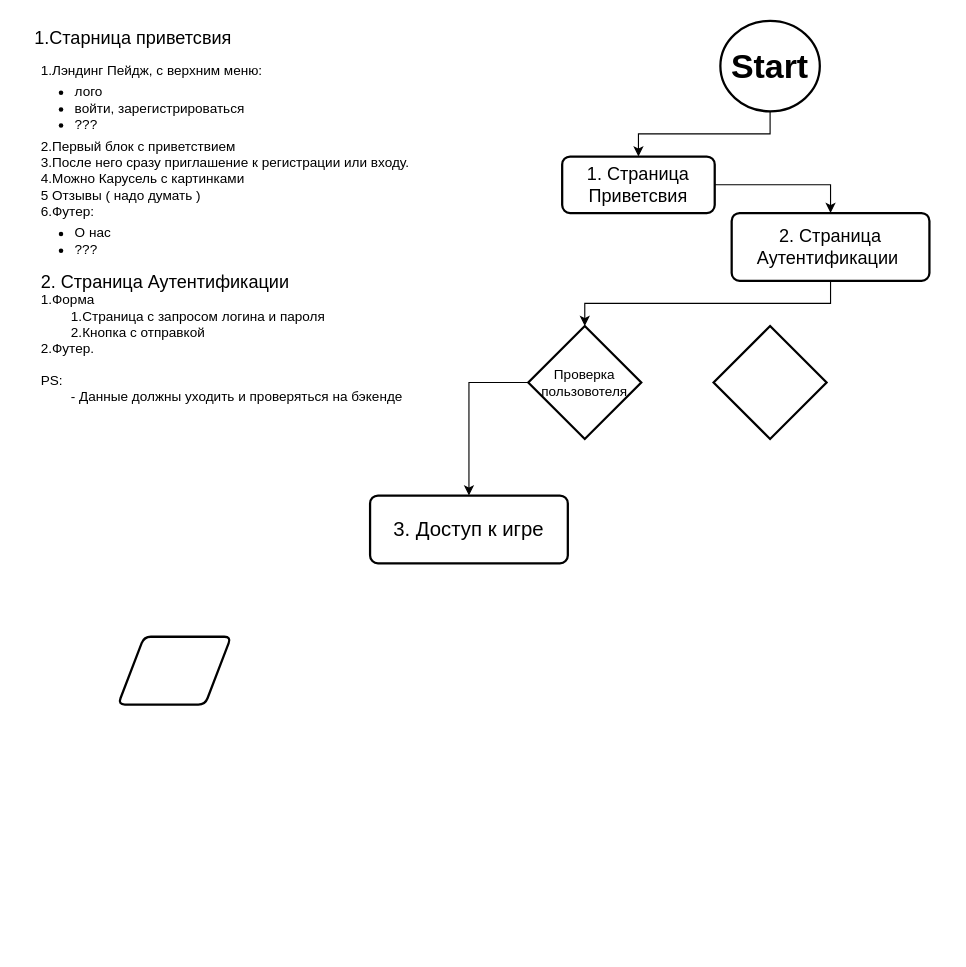
Before: lila_game.drawio in tocheniy/llg_diogram, a draw.io diagram. Source tidied: cells renumbered, new cells numbered last; positions are measured from the earlier drawing's top-left corner, leaving out a move shared by most shapes. Both pictures are drawn from the tidied source at 113%, with x=0, y=0 at pixel (19, 20).
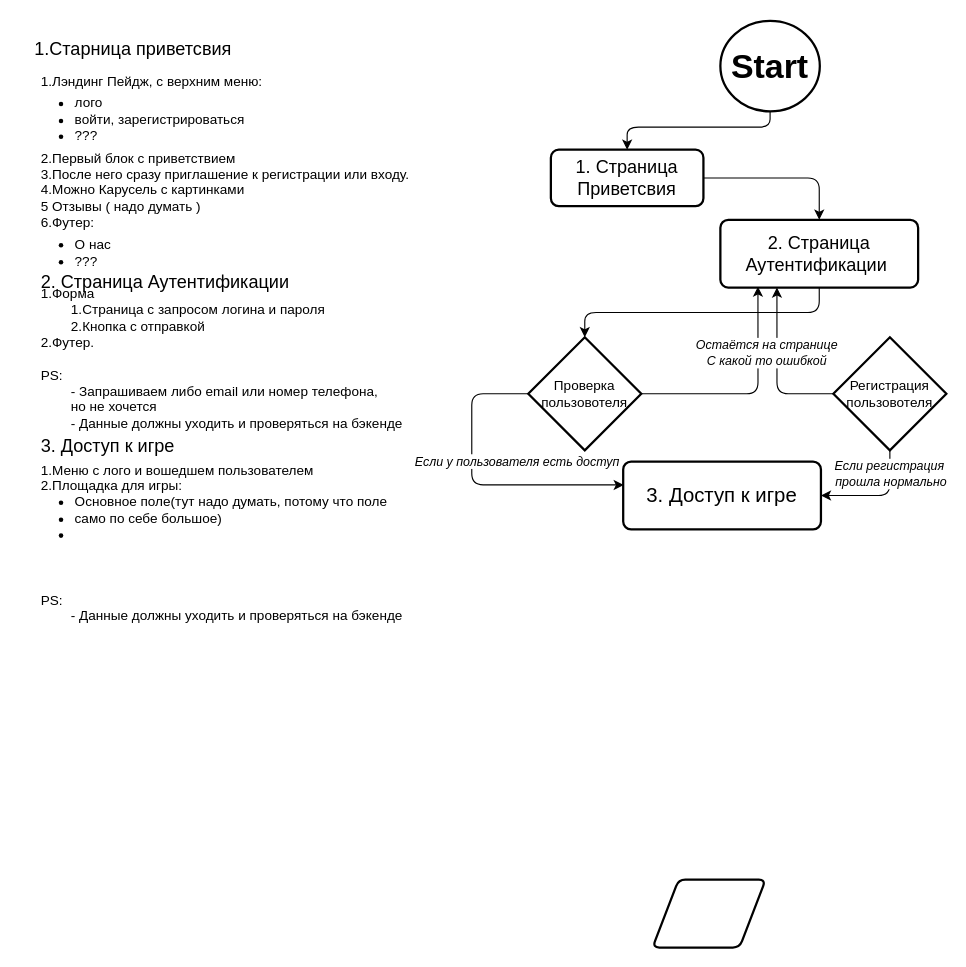
After the change.

The change refers to these unchanged cells:
```xml
<mxCell id="8" value="&lt;font style=&quot;font-size: 30px;&quot;&gt;&lt;b&gt;Start&lt;/b&gt;&lt;/font&gt;" style="strokeWidth=2;html=1;shape=mxgraph.flowchart.start_2;whiteSpace=wrap;" parent="1" vertex="1">
  <mxGeometry x="620" width="88" height="80" as="geometry" />
</mxCell>
```

Change to the diagram source:
```diff
@@
-    <mxCell id="2" style="edgeStyle=orthogonalEdgeStyle;rounded=0;jettySize=auto;html=1;exitX=0;exitY=0.5;exitDx=0;exitDy=0;exitPerimeter=0;" parent="1" edge="1" source="3" target="16">
-      <mxGeometry relative="1" as="geometry" />
+    <mxCell id="2" value="Если у пользователя есть доступ" style="edgeStyle=orthogonalEdgeStyle;rounded=1;jettySize=auto;html=1;exitX=0;exitY=0.5;exitDx=0;exitDy=0;exitPerimeter=0;fontStyle=2;strokeColor=default;align=center;verticalAlign=middle;fontFamily=Helvetica;fontSize=11;fontColor=default;labelBackgroundColor=default;endArrow=classic;curved=0;entryX=0.003;entryY=0.344;entryDx=0;entryDy=0;entryPerimeter=0;" parent="1" edge="1" target="16">
+      <mxGeometry x="0.29" y="21" relative="1" as="geometry">
+        <mxPoint x="450" y="330" as="sourcePoint" />
+        <Array as="points">
+          <mxPoint x="400" y="330" />
+          <mxPoint x="400" y="411" />
+          <mxPoint x="535" y="411" />
+        </Array>
+      </mxGeometry>
     </mxCell>
+    <mxCell id="17" style="edgeStyle=orthogonalEdgeStyle;shape=connector;curved=0;rounded=1;jettySize=auto;html=1;exitX=1;exitY=0.5;exitDx=0;exitDy=0;exitPerimeter=0;entryX=0.19;entryY=0.986;entryDx=0;entryDy=0;strokeColor=default;align=center;verticalAlign=middle;fontFamily=Helvetica;fontSize=11;fontColor=default;fontStyle=2;labelBackgroundColor=default;endArrow=classic;entryPerimeter=0;" parent="1" edge="1" source="3" target="11">
+      <mxGeometry relative="1" as="geometry" />
+    </mxCell>
     <mxCell id="3" value="Проверка пользовотеля" style="strokeWidth=2;html=1;shape=mxgraph.flowchart.decision;whiteSpace=wrap;" parent="1" vertex="1">
-      <mxGeometry x="450" y="270" width="100" height="100" as="geometry" />
+      <mxGeometry x="450" y="280" width="100" height="100" as="geometry" />
     </mxCell>
     <mxCell id="4" style="shape=parallelogram;html=1;strokeWidth=2;perimeter=parallelogramPerimeter;whiteSpace=wrap;rounded=1;arcSize=12;size=0.23;" parent="1" vertex="1">
-      <mxGeometry x="87" y="545" width="100" height="60" as="geometry" />
+      <mxGeometry x="560" y="760" width="100" height="60" as="geometry" />
     </mxCell>
-    <mxCell id="5" style="edgeStyle=orthogonalEdgeStyle;rounded=0;jettySize=auto;html=1;entryX=0.5;entryY=0;entryDx=0;entryDy=0;" parent="1" edge="1" source="6" target="11">
+    <mxCell id="5" style="edgeStyle=orthogonalEdgeStyle;rounded=1;jettySize=auto;html=1;entryX=0.5;entryY=0;entryDx=0;entryDy=0;strokeColor=default;align=center;verticalAlign=middle;fontFamily=Helvetica;fontSize=11;fontColor=default;labelBackgroundColor=default;endArrow=classic;curved=0;" parent="1" edge="1" source="6" target="11">
       <mxGeometry relative="1" as="geometry" />
     </mxCell>
     <mxCell id="6" value="&lt;font style=&quot;font-size: 16px;&quot;&gt;1. Страница Приветсвия&lt;/font&gt;" style="rounded=1;whiteSpace=wrap;html=1;absoluteArcSize=1;arcSize=14;strokeWidth=2;" parent="1" vertex="1">
-      <mxGeometry x="480" y="120" width="135" height="50" as="geometry" />
+      <mxGeometry x="470" y="114" width="135" height="50" as="geometry" />
     </mxCell>
-    <mxCell id="7" style="edgeStyle=orthogonalEdgeStyle;rounded=0;jettySize=auto;html=1;exitX=0.5;exitY=1;exitDx=0;exitDy=0;exitPerimeter=0;entryX=0.5;entryY=0;entryDx=0;entryDy=0;" parent="1" edge="1" source="8" target="6">
-      <mxGeometry relative="1" as="geometry" />
+    <mxCell id="7" style="edgeStyle=orthogonalEdgeStyle;rounded=1;jettySize=auto;html=1;exitX=0.5;exitY=1;exitDx=0;exitDy=0;exitPerimeter=0;entryX=0.5;entryY=0;entryDx=0;entryDy=0;strokeColor=default;align=center;verticalAlign=middle;fontFamily=Helvetica;fontSize=11;fontColor=default;labelBackgroundColor=default;endArrow=classic;curved=0;" parent="1" edge="1" source="8" target="6">
+      <mxGeometry relative="1" as="geometry">
+        <Array as="points">
+          <mxPoint x="664" y="94" />
+          <mxPoint x="537" y="94" />
+        </Array>
+      </mxGeometry>
     </mxCell>
@@
     <mxCell id="9" value="1.Старница приветсвия" style="text;html=1;align=center;verticalAlign=middle;strokeColor=none;fillColor=none;fontSize=16;" parent="1" vertex="1">
-      <mxGeometry width="200" height="30" as="geometry" />
+      <mxGeometry y="10" width="200" height="30" as="geometry" />
     </mxCell>
     <mxCell id="10" value="&lt;span style=&quot;background-color: initial;&quot;&gt;1.Лэндинг Пейдж, с&amp;nbsp;&lt;/span&gt;&lt;span style=&quot;background-color: initial;&quot;&gt;верхним меню:&lt;/span&gt;&lt;br&gt;&lt;div&gt;&lt;div&gt;&lt;ul style=&quot;padding-left: 30px; margin-top: 5px; padding-bottom: 0px; margin-bottom: 5px;&quot;&gt;&lt;li&gt;&lt;span style=&quot;background-color: initial;&quot;&gt;лого&lt;/span&gt;&lt;/li&gt;&lt;li&gt;войти, зарегистрироваться&lt;/li&gt;&lt;li&gt;???&lt;/li&gt;&lt;/ul&gt;&lt;/div&gt;&lt;div&gt;&lt;span style=&quot;background-color: initial;&quot;&gt;2.Первый блок с приветствием&lt;/span&gt;&lt;br&gt;&lt;/div&gt;&lt;div&gt;3.После него сразу приглашение&amp;nbsp;&lt;span style=&quot;background-color: initial;&quot;&gt;к регистрации&amp;nbsp;&lt;/span&gt;&lt;span style=&quot;background-color: initial;&quot;&gt;или входу.&lt;/span&gt;&lt;/div&gt;&lt;div&gt;4.Можно Карусель с картинками&lt;/div&gt;&lt;div&gt;5 Отзывы ( надо думать )&lt;/div&gt;&lt;div&gt;6.Футер:&lt;/div&gt;&lt;div&gt;&lt;ul style=&quot;margin-top: 5px; margin-bottom: 5px; padding-left: 30px;&quot;&gt;&lt;li&gt;О нас&lt;/li&gt;&lt;li&gt;???&lt;/li&gt;&lt;/ul&gt;&lt;div&gt;&lt;br&gt;&lt;/div&gt;&lt;div&gt;&lt;br&gt;&lt;/div&gt;&lt;/div&gt;&lt;/div&gt;" style="text;html=1;align=left;verticalAlign=middle;strokeColor=none;fillColor=none;" parent="1" vertex="1">
-      <mxGeometry x="17" y="30" width="350" height="220" as="geometry" />
+      <mxGeometry x="17" y="40" width="350" height="220" as="geometry" />
     </mxCell>
     <mxCell id="11" value="&lt;font style=&quot;font-size: 16px;&quot;&gt;2. Страница Аутентификации&amp;nbsp;&lt;/font&gt;" style="rounded=1;whiteSpace=wrap;html=1;absoluteArcSize=1;arcSize=14;strokeWidth=2;" parent="1" vertex="1">
-      <mxGeometry x="630" y="170" width="175" height="60" as="geometry" />
+      <mxGeometry x="620" y="176" width="175" height="60" as="geometry" />
     </mxCell>
@@
-    <mxCell id="13" value="&lt;div&gt;&lt;br&gt;&lt;/div&gt;&lt;div&gt;1.Форма&lt;/div&gt;&lt;span style=&quot;white-space: pre;&quot;&gt;&#9;&lt;/span&gt;1.Страница с запросом логина и пароля&lt;div&gt;&lt;span style=&quot;white-space: pre;&quot;&gt;&#9;&lt;/span&gt;2.Кнопка с отправкой&lt;/div&gt;&lt;div&gt;2.Футер.&lt;/div&gt;&lt;div&gt;&lt;br&gt;&lt;/div&gt;&lt;div&gt;PS:&lt;br&gt;&lt;div&gt;&lt;span style=&quot;white-space: pre;&quot;&gt;&#9;&lt;/span&gt;- Данные должны уходить и проверяться на бэкенде&lt;/div&gt;&lt;div&gt;&lt;br&gt;&lt;/div&gt;&lt;/div&gt;" style="text;html=1;align=left;verticalAlign=middle;strokeColor=none;fillColor=none;" parent="1" vertex="1">
-      <mxGeometry x="17" y="220" width="340" height="140" as="geometry" />
+    <mxCell id="13" value="&lt;div&gt;&lt;span style=&quot;background-color: initial;&quot;&gt;1.Форма&lt;/span&gt;&lt;br&gt;&lt;/div&gt;&lt;span style=&quot;white-space: pre;&quot;&gt;&#9;&lt;/span&gt;1.Страница с запросом логина и пароля&lt;div&gt;&lt;span style=&quot;white-space: pre;&quot;&gt;&#9;&lt;/span&gt;2.Кнопка с отправкой&lt;/div&gt;&lt;div&gt;2.Футер.&lt;/div&gt;&lt;div&gt;&lt;br&gt;&lt;/div&gt;&lt;div&gt;PS:&lt;/div&gt;&lt;div&gt;&lt;span style=&quot;white-space: pre;&quot;&gt;&#9;&lt;/span&gt;- Запрашиваем либо email или номер телефона,&amp;nbsp;&lt;/div&gt;&lt;div&gt;&lt;span style=&quot;white-space: pre;&quot;&gt;&#9;&lt;/span&gt;но не хочется&lt;br&gt;&lt;div&gt;&lt;span style=&quot;white-space: pre;&quot;&gt;&#9;&lt;/span&gt;- Данные должны уходить и проверяться на бэкенде&lt;/div&gt;&lt;/div&gt;" style="text;html=1;align=left;verticalAlign=middle;strokeColor=none;fillColor=none;" parent="1" vertex="1">
+      <mxGeometry x="17" y="229" width="340" height="140" as="geometry" />
     </mxCell>
-    <mxCell id="14" style="edgeStyle=orthogonalEdgeStyle;rounded=0;jettySize=auto;html=1;exitX=0.5;exitY=1;exitDx=0;exitDy=0;entryX=0.5;entryY=0;entryDx=0;entryDy=0;entryPerimeter=0;" parent="1" edge="1" source="11" target="3">
+    <mxCell id="14" style="edgeStyle=orthogonalEdgeStyle;rounded=1;jettySize=auto;html=1;exitX=0.5;exitY=1;exitDx=0;exitDy=0;entryX=0.5;entryY=0;entryDx=0;entryDy=0;entryPerimeter=0;curved=0;startArrow=none;startFill=0;" parent="1" edge="1" source="11" target="3">
       <mxGeometry relative="1" as="geometry" />
     </mxCell>
+    <mxCell id="18" style="edgeStyle=orthogonalEdgeStyle;shape=connector;curved=0;rounded=1;jettySize=auto;html=1;exitX=0.5;exitY=1;exitDx=0;exitDy=0;exitPerimeter=0;entryX=1;entryY=0.5;entryDx=0;entryDy=0;strokeColor=default;align=center;verticalAlign=middle;fontFamily=Helvetica;fontSize=11;fontColor=default;fontStyle=2;labelBackgroundColor=default;endArrow=classic;" parent="1" edge="1" source="15" target="16">
+      <mxGeometry relative="1" as="geometry" />
+    </mxCell>
+    <mxCell id="19" value="Если регистрация&amp;nbsp;&lt;div&gt;прошла нормально&lt;/div&gt;" style="edgeLabel;html=1;align=center;verticalAlign=middle;fontFamily=Helvetica;fontSize=11;fontColor=default;fontStyle=2;labelBackgroundColor=default;" parent="18" vertex="1">
+      <mxGeometry x="0.07" y="-2" relative="1" as="geometry">
+        <mxPoint x="14" y="-18" as="offset" />
+      </mxGeometry>
+    </mxCell>
+    <mxCell id="20" style="edgeStyle=orthogonalEdgeStyle;shape=connector;curved=0;rounded=1;jettySize=auto;html=1;exitX=0;exitY=0.5;exitDx=0;exitDy=0;exitPerimeter=0;strokeColor=default;align=center;verticalAlign=middle;fontFamily=Helvetica;fontSize=11;fontColor=default;fontStyle=2;labelBackgroundColor=default;endArrow=classic;entryX=0.286;entryY=1;entryDx=0;entryDy=0;entryPerimeter=0;" parent="1" edge="1" source="15" target="11">
+      <mxGeometry relative="1" as="geometry" />
+    </mxCell>
+    <mxCell id="21" value="Остаётся на странице&lt;div&gt;С какой то ошибкой&lt;/div&gt;" style="edgeLabel;html=1;align=center;verticalAlign=middle;fontFamily=Helvetica;fontSize=11;fontColor=default;fontStyle=2;labelBackgroundColor=default;" parent="20" vertex="1">
+      <mxGeometry x="0.19" relative="1" as="geometry">
+        <mxPoint x="-10" as="offset" />
+      </mxGeometry>
+    </mxCell>
-    <mxCell id="15" style="strokeWidth=2;html=1;shape=mxgraph.flowchart.decision;whiteSpace=wrap;" parent="1" vertex="1">
-      <mxGeometry x="614" y="270" width="100" height="100" as="geometry" />
+    <mxCell id="15" value="Регистрация пользовотеля" style="strokeWidth=2;html=1;shape=mxgraph.flowchart.decision;whiteSpace=wrap;" parent="1" vertex="1">
+      <mxGeometry x="720" y="280" width="100" height="100" as="geometry" />
     </mxCell>
     <mxCell id="16" value="&lt;span style=&quot;font-size: 18px;&quot;&gt;3. Доступ к игре&lt;/span&gt;" style="rounded=1;whiteSpace=wrap;html=1;absoluteArcSize=1;arcSize=14;strokeWidth=2;" parent="1" vertex="1">
-      <mxGeometry x="310" y="420" width="175" height="60" as="geometry" />
+      <mxGeometry x="534" y="390" width="175" height="60" as="geometry" />
     </mxCell>
+    <mxCell id="22" value="3. Доступ к игре" style="text;align=left;verticalAlign=middle;strokeColor=none;fillColor=none;fontSize=16;" parent="1" vertex="1">
+      <mxGeometry x="17" y="360" width="140" height="30" as="geometry" />
+    </mxCell>
+    <mxCell id="23" value="&lt;div&gt;&lt;span style=&quot;background-color: initial;&quot;&gt;1.Меню с лого и вошедшем пользователем&lt;/span&gt;&lt;/div&gt;&lt;div&gt;2.Площадка для игры:&lt;/div&gt;&lt;div&gt;&lt;ul style=&quot;padding-left: 30px; margin-top: 0px; margin-bottom: 0px;&quot;&gt;&lt;li&gt;Основное поле(тут надо думать, потому что поле&amp;nbsp;&lt;/li&gt;&lt;li&gt;само по себе большое)&amp;nbsp;&lt;/li&gt;&lt;li&gt;&lt;br&gt;&lt;/li&gt;&lt;/ul&gt;&lt;div&gt;&lt;br&gt;&lt;/div&gt;&lt;/div&gt;&lt;div&gt;&lt;br&gt;&lt;/div&gt;&lt;div&gt;&lt;br&gt;&lt;/div&gt;&lt;div&gt;PS:&lt;br&gt;&lt;div&gt;&lt;span style=&quot;white-space: pre;&quot;&gt;&#9;&lt;/span&gt;- Данные должны уходить и проверяться на бэкенде&lt;/div&gt;&lt;/div&gt;" style="text;html=1;align=left;verticalAlign=middle;strokeColor=none;fillColor=none;" parent="1" vertex="1">
+      <mxGeometry x="17" y="382" width="340" height="160" as="geometry" />
+    </mxCell>
```
